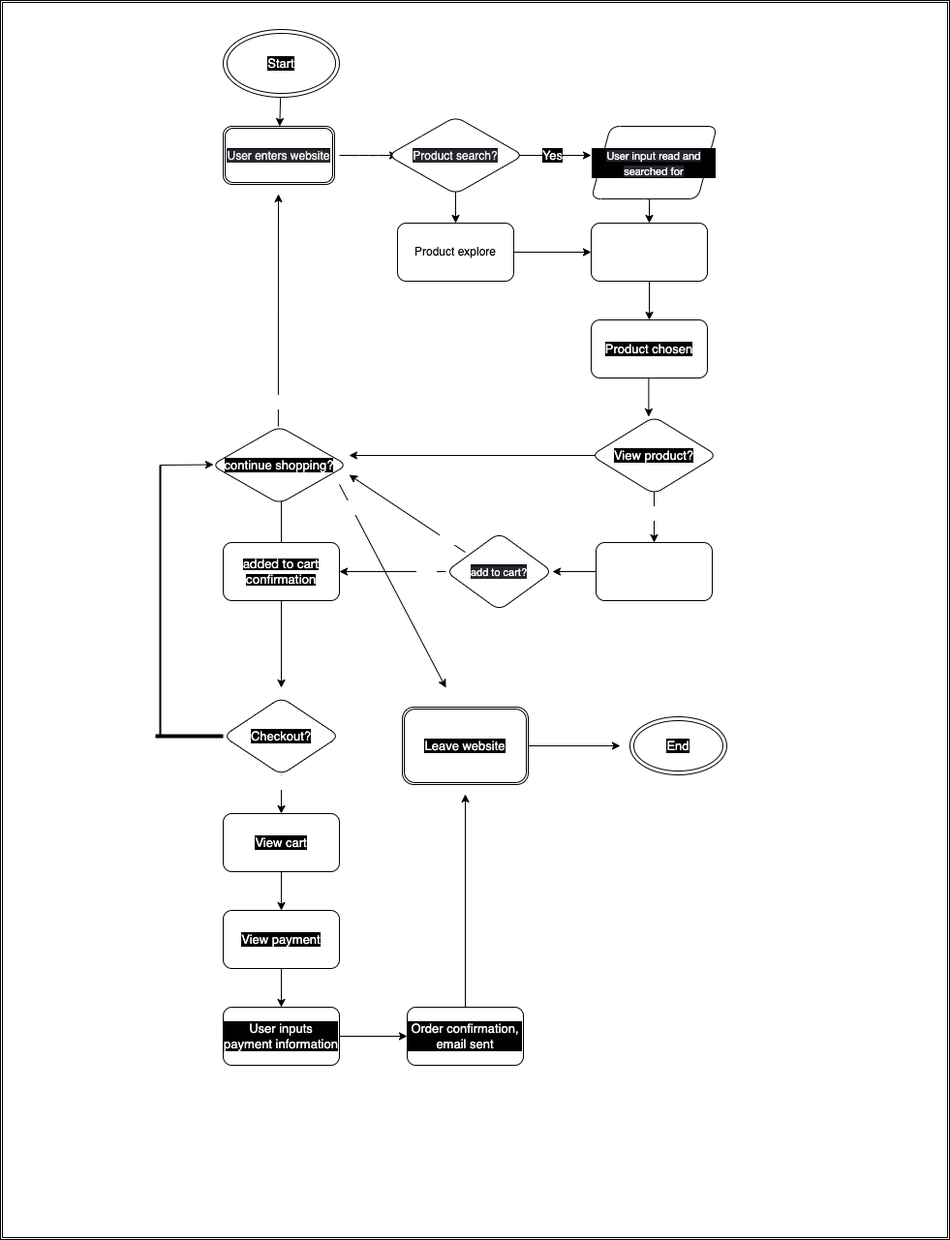
sidhantsinghvi/sp24-cse110-lab4 keeps this draw.io diagram as explore/diagramming/diagram.drawio.png. Above is the earlier version. Source tidied: cells renumbered, new cells last; positions are measured from the earlier drawing's top-left corner, leaving out a move shared by most shapes.
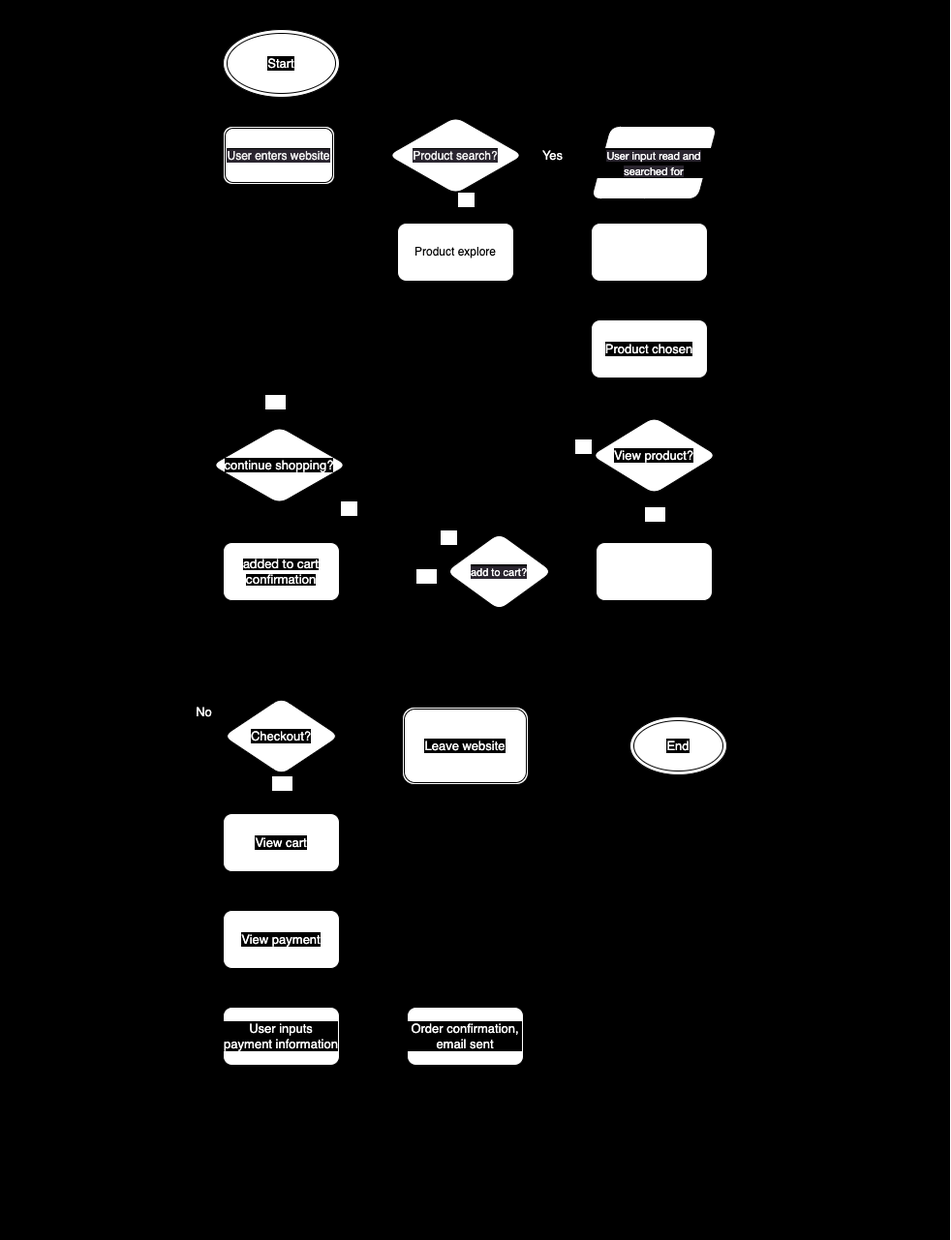
The same diagram one commit later.

The edit, as a diff of the source:
```diff
@@ -2,7 +2,7 @@
   <root>
     <mxCell id="0" />
     <mxCell id="1" parent="0" />
-    <mxCell id="2" style="shape=ext;double=1;rounded=0;whiteSpace=wrap;html=1;labelBackgroundColor=#000000;fontSize=13;fontColor=#FFFFFF;fillColor=default;" parent="1" vertex="1">
+    <mxCell id="2" style="shape=ext;double=1;rounded=0;whiteSpace=wrap;html=1;labelBackgroundColor=#000000;fontSize=13;fontColor=#FFFFFF;fillColor=#000000;" parent="1" vertex="1">
       <mxGeometry width="980" height="1280" as="geometry" />
     </mxCell>
     <mxCell id="3" style="edgeStyle=none;html=1;fontSize=11;fontColor=#FFFFFF;" parent="1" edge="1">
```
